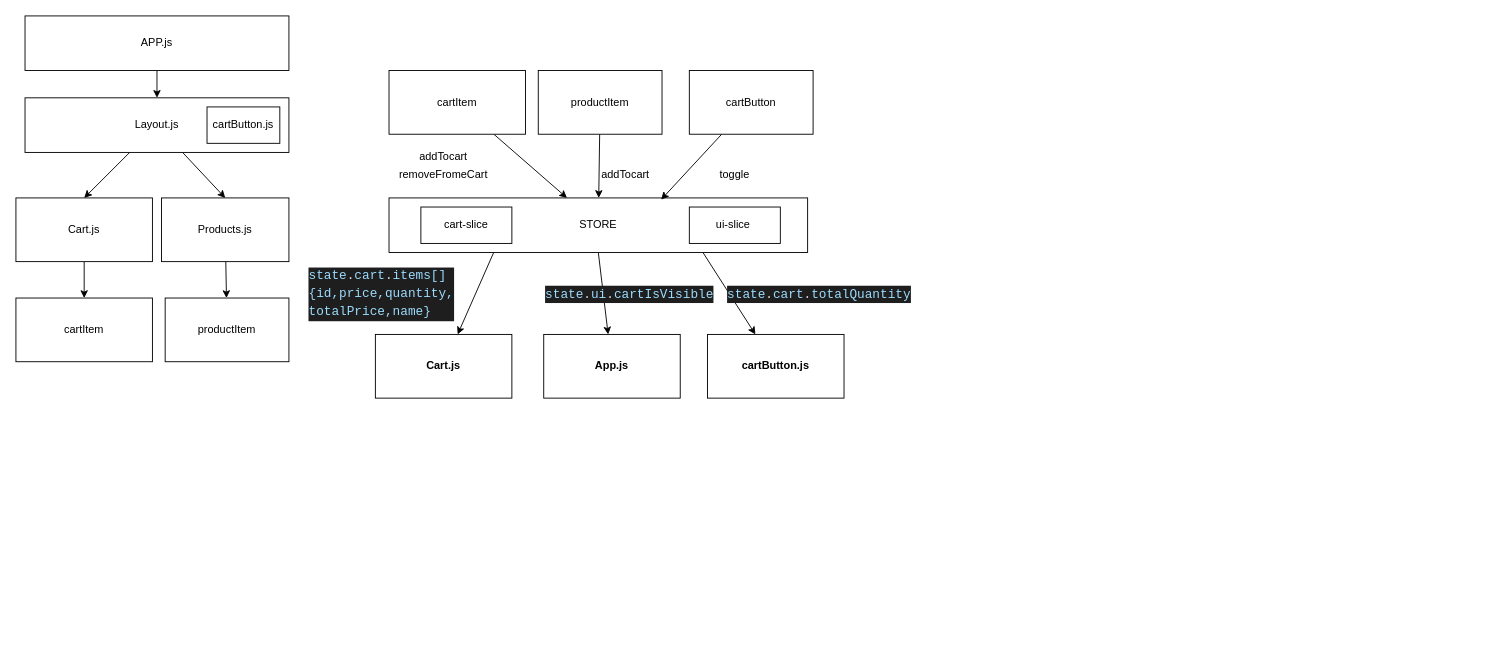
The draw.io diagram page "Page-1" (1 of 2) of 03-starting-project/t.drawio in stigersmile/redux, before the edit. Source tidied: cells renumbered, new cells numbered last; positions are measured from the earlier drawing's top-left corner, leaving out a move shared by most shapes. Both pictures are drawn from the tidied source at 91%, with x=0, y=0 at pixel (15, 15).
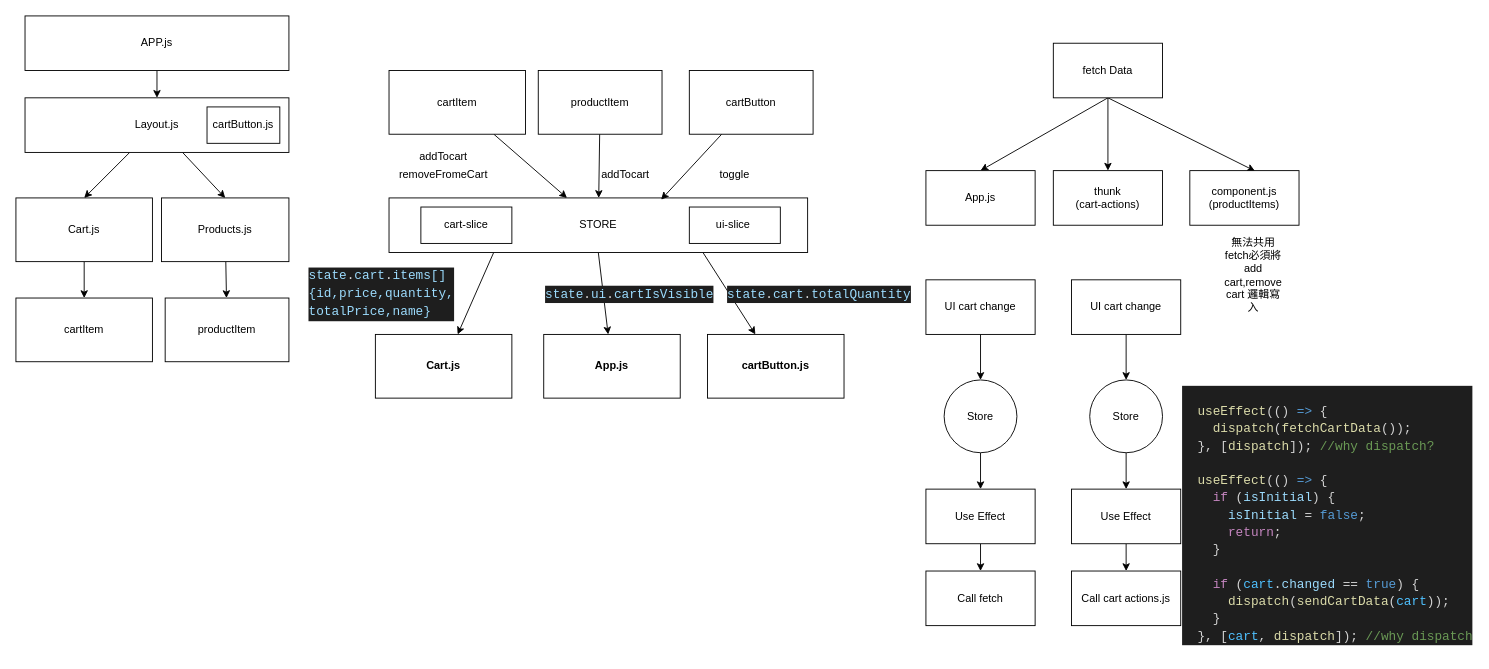
Above is the later version.

What changed in the source:
```diff
@@
+    <mxCell id="36" style="edgeStyle=none;html=1;" parent="1" edge="1" source="39" target="40">
+      <mxGeometry relative="1" as="geometry" />
+    </mxCell>
+    <mxCell id="37" style="edgeStyle=none;html=1;exitX=0.5;exitY=1;exitDx=0;exitDy=0;entryX=0.5;entryY=0;entryDx=0;entryDy=0;" parent="1" edge="1" source="39" target="41">
+      <mxGeometry relative="1" as="geometry" />
+    </mxCell>
+    <mxCell id="38" style="edgeStyle=none;html=1;exitX=0.5;exitY=1;exitDx=0;exitDy=0;entryX=0.597;entryY=0.007;entryDx=0;entryDy=0;entryPerimeter=0;" parent="1" edge="1" source="39" target="42">
+      <mxGeometry relative="1" as="geometry" />
+    </mxCell>
+    <mxCell id="39" value="fetch Data" style="rounded=0;whiteSpace=wrap;html=1;" parent="1" vertex="1">
+      <mxGeometry x="1140" y="30" width="120" height="60" as="geometry" />
+    </mxCell>
+    <mxCell id="40" value="thunk&lt;br&gt;(cart-actions)" style="whiteSpace=wrap;html=1;rounded=0;" parent="1" vertex="1">
+      <mxGeometry x="1140" y="170" width="120" height="60" as="geometry" />
+    </mxCell>
+    <mxCell id="41" value="App.js" style="whiteSpace=wrap;html=1;rounded=0;" parent="1" vertex="1">
+      <mxGeometry x="1000" y="170" width="120" height="60" as="geometry" />
+    </mxCell>
+    <mxCell id="42" value="component.js&lt;br&gt;(productItems)" style="whiteSpace=wrap;html=1;rounded=0;" parent="1" vertex="1">
+      <mxGeometry x="1290" y="170" width="120" height="60" as="geometry" />
+    </mxCell>
+    <mxCell id="43" value="無法共用fetch必須將add cart,remove cart 邏輯寫入&lt;br&gt;" style="text;html=1;strokeColor=none;fillColor=none;align=center;verticalAlign=middle;whiteSpace=wrap;rounded=0;" parent="1" vertex="1">
+      <mxGeometry x="1330" y="270" width="60" height="30" as="geometry" />
+    </mxCell>
+    <mxCell id="44" style="edgeStyle=none;html=1;" parent="1" edge="1" source="45" target="47">
+      <mxGeometry relative="1" as="geometry" />
+    </mxCell>
+    <mxCell id="45" value="UI cart change" style="rounded=0;whiteSpace=wrap;html=1;" parent="1" vertex="1">
+      <mxGeometry x="1000" y="290" width="120" height="60" as="geometry" />
+    </mxCell>
+    <mxCell id="46" style="edgeStyle=none;html=1;" parent="1" edge="1" source="47" target="49">
+      <mxGeometry relative="1" as="geometry" />
+    </mxCell>
+    <mxCell id="47" value="Store" style="ellipse;whiteSpace=wrap;html=1;" parent="1" vertex="1">
+      <mxGeometry x="1020" y="400" width="80" height="80" as="geometry" />
+    </mxCell>
+    <mxCell id="48" style="edgeStyle=none;html=1;" parent="1" edge="1" source="49" target="50">
+      <mxGeometry relative="1" as="geometry" />
+    </mxCell>
+    <mxCell id="49" value="Use Effect" style="whiteSpace=wrap;html=1;" parent="1" vertex="1">
+      <mxGeometry x="1000" y="520" width="120" height="60" as="geometry" />
+    </mxCell>
+    <mxCell id="50" value="Call fetch" style="whiteSpace=wrap;html=1;" parent="1" vertex="1">
+      <mxGeometry x="1000" y="610" width="120" height="60" as="geometry" />
+    </mxCell>
+    <mxCell id="51" style="edgeStyle=none;html=1;" parent="1" edge="1" source="52" target="54">
+      <mxGeometry relative="1" as="geometry" />
+    </mxCell>
+    <mxCell id="52" value="UI cart change" style="rounded=0;whiteSpace=wrap;html=1;" parent="1" vertex="1">
+      <mxGeometry x="1160" y="290" width="120" height="60" as="geometry" />
+    </mxCell>
+    <mxCell id="53" style="edgeStyle=none;html=1;" parent="1" edge="1" source="54" target="56">
+      <mxGeometry relative="1" as="geometry" />
+    </mxCell>
+    <mxCell id="54" value="Store" style="ellipse;whiteSpace=wrap;html=1;" parent="1" vertex="1">
+      <mxGeometry x="1180" y="400" width="80" height="80" as="geometry" />
+    </mxCell>
+    <mxCell id="55" style="edgeStyle=none;html=1;" parent="1" edge="1" source="56" target="57">
+      <mxGeometry relative="1" as="geometry" />
+    </mxCell>
+    <mxCell id="56" value="Use Effect" style="whiteSpace=wrap;html=1;" parent="1" vertex="1">
+      <mxGeometry x="1160" y="520" width="120" height="60" as="geometry" />
+    </mxCell>
+    <mxCell id="57" value="Call cart actions.js" style="whiteSpace=wrap;html=1;" parent="1" vertex="1">
+      <mxGeometry x="1160" y="610" width="120" height="60" as="geometry" />
+    </mxCell>
+    <mxCell id="58" value="&lt;div style=&quot;color: rgb(212, 212, 212); background-color: rgb(30, 30, 30); font-family: consolas, &amp;quot;courier new&amp;quot;, monospace; font-weight: normal; font-size: 14px; line-height: 19px;&quot;&gt;&lt;br&gt;&lt;div&gt;&lt;span style=&quot;color: #d4d4d4&quot;&gt;&amp;nbsp;&amp;nbsp;&lt;/span&gt;&lt;span style=&quot;color: #dcdcaa&quot;&gt;useEffect&lt;/span&gt;&lt;span style=&quot;color: #d4d4d4&quot;&gt;(()&amp;nbsp;&lt;/span&gt;&lt;span style=&quot;color: #569cd6&quot;&gt;=&amp;gt;&lt;/span&gt;&lt;span style=&quot;color: #d4d4d4&quot;&gt;&amp;nbsp;{&lt;/span&gt;&lt;/div&gt;&lt;div&gt;&lt;span style=&quot;color: #d4d4d4&quot;&gt;&amp;nbsp;&amp;nbsp;&amp;nbsp;&amp;nbsp;&lt;/span&gt;&lt;span style=&quot;color: #dcdcaa&quot;&gt;dispatch&lt;/span&gt;&lt;span style=&quot;color: #d4d4d4&quot;&gt;(&lt;/span&gt;&lt;span style=&quot;color: #dcdcaa&quot;&gt;fetchCartData&lt;/span&gt;&lt;span style=&quot;color: #d4d4d4&quot;&gt;());&lt;/span&gt;&lt;/div&gt;&lt;div&gt;&lt;span style=&quot;color: #d4d4d4&quot;&gt;&amp;nbsp;&amp;nbsp;},&amp;nbsp;[&lt;/span&gt;&lt;span style=&quot;color: #dcdcaa&quot;&gt;dispatch&lt;/span&gt;&lt;span style=&quot;color: #d4d4d4&quot;&gt;]);&amp;nbsp;&lt;/span&gt;&lt;span style=&quot;color: #6a9955&quot;&gt;//why&amp;nbsp;dispatch?&lt;/span&gt;&lt;/div&gt;&lt;br&gt;&lt;div&gt;&lt;span style=&quot;color: #d4d4d4&quot;&gt;&amp;nbsp;&amp;nbsp;&lt;/span&gt;&lt;span style=&quot;color: #dcdcaa&quot;&gt;useEffect&lt;/span&gt;&lt;span style=&quot;color: #d4d4d4&quot;&gt;(()&amp;nbsp;&lt;/span&gt;&lt;span style=&quot;color: #569cd6&quot;&gt;=&amp;gt;&lt;/span&gt;&lt;span style=&quot;color: #d4d4d4&quot;&gt;&amp;nbsp;{&lt;/span&gt;&lt;/div&gt;&lt;div&gt;&lt;span style=&quot;color: #d4d4d4&quot;&gt;&amp;nbsp;&amp;nbsp;&amp;nbsp;&amp;nbsp;&lt;/span&gt;&lt;span style=&quot;color: #c586c0&quot;&gt;if&lt;/span&gt;&lt;span style=&quot;color: #d4d4d4&quot;&gt;&amp;nbsp;(&lt;/span&gt;&lt;span style=&quot;color: #9cdcfe&quot;&gt;isInitial&lt;/span&gt;&lt;span style=&quot;color: #d4d4d4&quot;&gt;)&amp;nbsp;{&lt;/span&gt;&lt;/div&gt;&lt;div&gt;&lt;span style=&quot;color: #d4d4d4&quot;&gt;&amp;nbsp;&amp;nbsp;&amp;nbsp;&amp;nbsp;&amp;nbsp;&amp;nbsp;&lt;/span&gt;&lt;span style=&quot;color: #9cdcfe&quot;&gt;isInitial&lt;/span&gt;&lt;span style=&quot;color: #d4d4d4&quot;&gt;&amp;nbsp;=&amp;nbsp;&lt;/span&gt;&lt;span style=&quot;color: #569cd6&quot;&gt;false&lt;/span&gt;&lt;span style=&quot;color: #d4d4d4&quot;&gt;;&lt;/span&gt;&lt;/div&gt;&lt;div&gt;&lt;span style=&quot;color: #d4d4d4&quot;&gt;&amp;nbsp;&amp;nbsp;&amp;nbsp;&amp;nbsp;&amp;nbsp;&amp;nbsp;&lt;/span&gt;&lt;span style=&quot;color: #c586c0&quot;&gt;return&lt;/span&gt;&lt;span style=&quot;color: #d4d4d4&quot;&gt;;&lt;/span&gt;&lt;/div&gt;&lt;div&gt;&lt;span style=&quot;color: #d4d4d4&quot;&gt;&amp;nbsp;&amp;nbsp;&amp;nbsp;&amp;nbsp;}&lt;/span&gt;&lt;/div&gt;&lt;br&gt;&lt;div&gt;&lt;span style=&quot;color: #d4d4d4&quot;&gt;&amp;nbsp;&amp;nbsp;&amp;nbsp;&amp;nbsp;&lt;/span&gt;&lt;span style=&quot;color: #c586c0&quot;&gt;if&lt;/span&gt;&lt;span style=&quot;color: #d4d4d4&quot;&gt;&amp;nbsp;(&lt;/span&gt;&lt;span style=&quot;color: #4fc1ff&quot;&gt;cart&lt;/span&gt;&lt;span style=&quot;color: #d4d4d4&quot;&gt;.&lt;/span&gt;&lt;span style=&quot;color: #9cdcfe&quot;&gt;changed&lt;/span&gt;&lt;span style=&quot;color: #d4d4d4&quot;&gt;&amp;nbsp;==&amp;nbsp;&lt;/span&gt;&lt;span style=&quot;color: #569cd6&quot;&gt;true&lt;/span&gt;&lt;span style=&quot;color: #d4d4d4&quot;&gt;)&amp;nbsp;{&lt;/span&gt;&lt;/div&gt;&lt;div&gt;&lt;span style=&quot;color: #d4d4d4&quot;&gt;&amp;nbsp;&amp;nbsp;&amp;nbsp;&amp;nbsp;&amp;nbsp;&amp;nbsp;&lt;/span&gt;&lt;span style=&quot;color: #dcdcaa&quot;&gt;dispatch&lt;/span&gt;&lt;span style=&quot;color: #d4d4d4&quot;&gt;(&lt;/span&gt;&lt;span style=&quot;color: #dcdcaa&quot;&gt;sendCartData&lt;/span&gt;&lt;span style=&quot;color: #d4d4d4&quot;&gt;(&lt;/span&gt;&lt;span style=&quot;color: #4fc1ff&quot;&gt;cart&lt;/span&gt;&lt;span style=&quot;color: #d4d4d4&quot;&gt;));&lt;/span&gt;&lt;/div&gt;&lt;div&gt;&lt;span style=&quot;color: #d4d4d4&quot;&gt;&amp;nbsp;&amp;nbsp;&amp;nbsp;&amp;nbsp;}&lt;/span&gt;&lt;/div&gt;&lt;div&gt;&lt;span style=&quot;color: #d4d4d4&quot;&gt;&amp;nbsp;&amp;nbsp;},&amp;nbsp;[&lt;/span&gt;&lt;span style=&quot;color: #4fc1ff&quot;&gt;cart&lt;/span&gt;&lt;span style=&quot;color: #d4d4d4&quot;&gt;,&amp;nbsp;&lt;/span&gt;&lt;span style=&quot;color: #dcdcaa&quot;&gt;dispatch&lt;/span&gt;&lt;span style=&quot;color: #d4d4d4&quot;&gt;]);&amp;nbsp;&lt;/span&gt;&lt;span style=&quot;color: #6a9955&quot;&gt;//why&amp;nbsp;dispatch&lt;/span&gt;&lt;/div&gt;&lt;/div&gt;" style="text;whiteSpace=wrap;html=1;" parent="1" vertex="1">
+      <mxGeometry x="1280" y="400" width="320" height="300" as="geometry" />
+    </mxCell>
```
